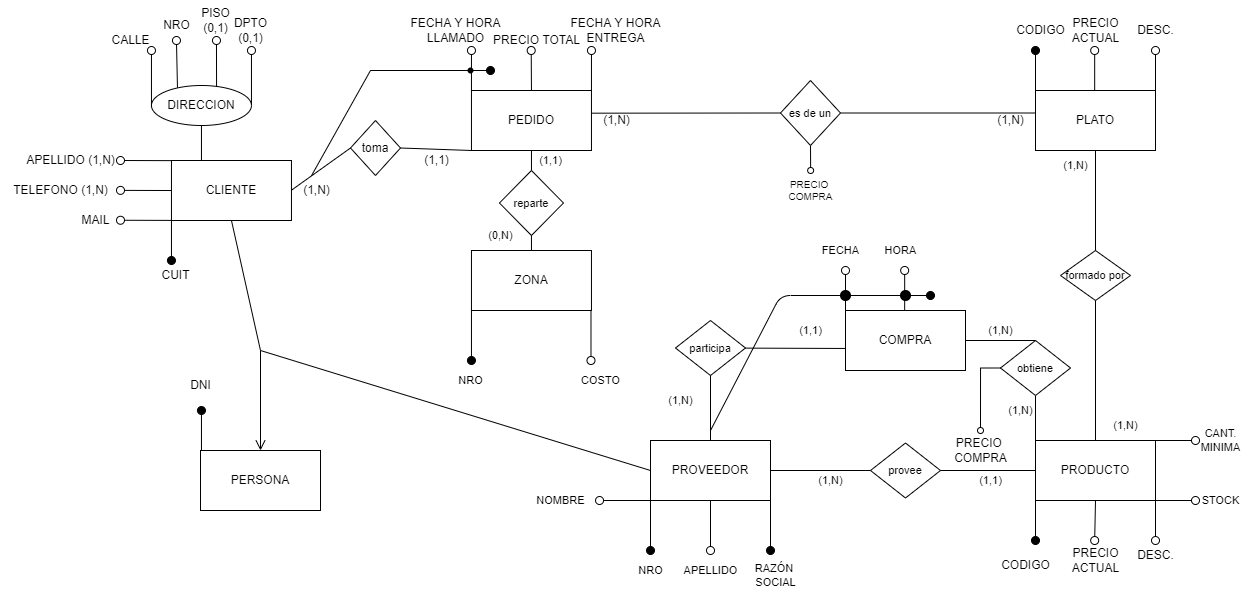
This is PRACTICA 2/Parte1/Ejercicio4/Ejercicio4-conceptual.png from agusrnfr/DBD, a draw.io export, as it was before one commit. Source tidied: cells renumbered, new cells last; positions are measured from the earlier drawing's top-left corner, leaving out a move shared by most shapes.
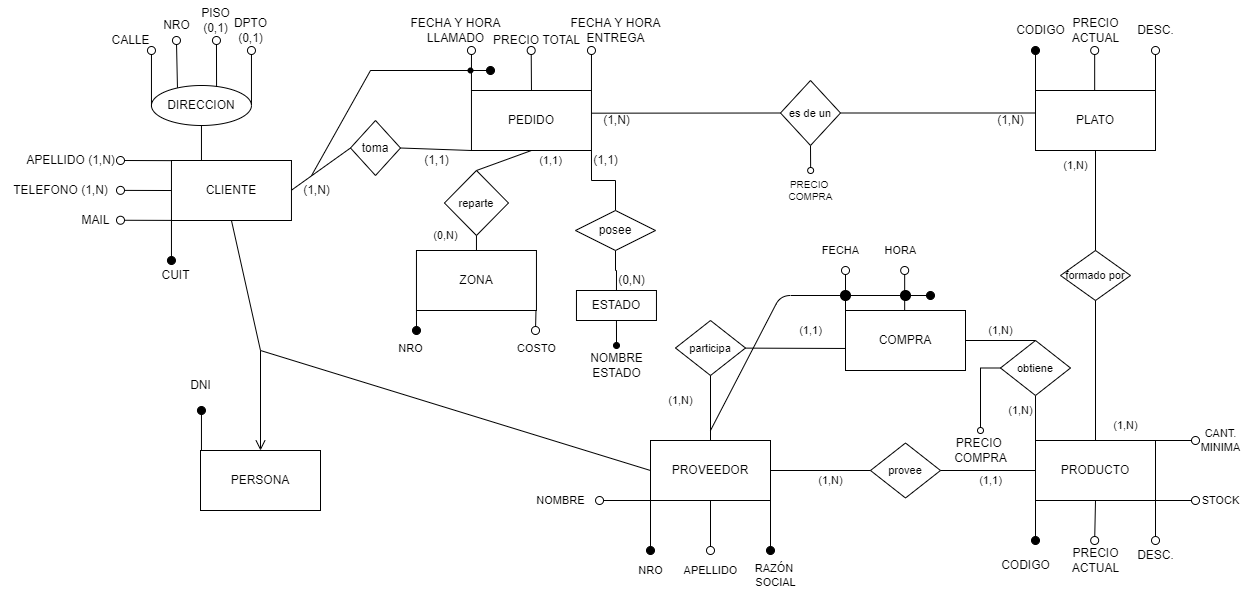
The same diagram one commit later.

What changed in the source:
```diff
@@ -6,7 +6,7 @@
       <mxGeometry x="171" y="160" width="120" height="60" as="geometry" />
     </mxCell>
     <mxCell id="3" value="ZONA" style="rounded=0;whiteSpace=wrap;html=1;" parent="1" vertex="1">
-      <mxGeometry x="471" y="250" width="120" height="60" as="geometry" />
+      <mxGeometry x="416" y="250" width="120" height="60" as="geometry" />
     </mxCell>
     <mxCell id="4" value="PEDIDO" style="rounded=0;whiteSpace=wrap;html=1;" parent="1" vertex="1">
       <mxGeometry x="471" y="90" width="120" height="60" as="geometry" />
@@ -194,7 +194,7 @@
       <mxGeometry x="1125" y="15" width="60" height="30" as="geometry" />
     </mxCell>
     <mxCell id="51" value="reparte" style="rhombus;whiteSpace=wrap;html=1;fontSize=11;" parent="1" vertex="1">
-      <mxGeometry x="498.9" y="170" width="64" height="65" as="geometry" />
+      <mxGeometry x="443.9" y="170" width="64" height="65" as="geometry" />
     </mxCell>
     <mxCell id="52" style="endArrow=none;html=1;rounded=0;fontSize=11;strokeColor=#000000;exitX=0.5;exitY=0;exitDx=0;exitDy=0;entryX=0.5;entryY=1;entryDx=0;entryDy=0;" parent="1" edge="1" source="3" target="51">
       <mxGeometry relative="1" as="geometry" />
@@ -260,7 +260,7 @@
       <mxGeometry x="525" y="145" width="50" height="30" as="geometry" />
     </mxCell>
     <mxCell id="66" value="(0,N)" style="text;html=1;align=center;verticalAlign=middle;strokeColor=none;fillColor=none;fontSize=11;" parent="1" vertex="1">
-      <mxGeometry x="475" y="220" width="50" height="30" as="geometry" />
+      <mxGeometry x="420" y="220" width="50" height="30" as="geometry" />
     </mxCell>
     <mxCell id="67" value="CODIGO" style="text;html=1;align=center;verticalAlign=middle;strokeColor=none;fillColor=none;" parent="1" vertex="1">
       <mxGeometry x="990" y="550" width="70" height="30" as="geometry" />
@@ -424,21 +424,21 @@
     </mxCell>
     <mxCell id="112" style="html=1;verticalAlign=bottom;labelBackgroundColor=none;endArrow=oval;endFill=1;endSize=8;rounded=0;strokeColor=#000000;exitX=0;exitY=1;exitDx=0;exitDy=0;" parent="1" edge="1">
       <mxGeometry relative="1" as="geometry">
-        <mxPoint x="471" y="310" as="sourcePoint" />
-        <mxPoint x="471" y="360" as="targetPoint" />
+        <mxPoint x="416" y="310" as="sourcePoint" />
+        <mxPoint x="416" y="330" as="targetPoint" />
       </mxGeometry>
     </mxCell>
     <mxCell id="113" style="html=1;verticalAlign=bottom;labelBackgroundColor=none;endArrow=oval;endFill=0;endSize=8;rounded=0;strokeColor=#000000;exitX=0.5;exitY=1;exitDx=0;exitDy=0;" parent="1" edge="1">
       <mxGeometry relative="1" as="geometry">
-        <mxPoint x="590.5" y="310" as="sourcePoint" />
-        <mxPoint x="590.5" y="360" as="targetPoint" />
+        <mxPoint x="535.5" y="310" as="sourcePoint" />
+        <mxPoint x="535" y="330" as="targetPoint" />
       </mxGeometry>
     </mxCell>
     <mxCell id="114" value="NRO" style="text;html=1;align=center;verticalAlign=middle;strokeColor=none;fillColor=none;fontSize=11;" parent="1" vertex="1">
-      <mxGeometry x="445.1" y="365" width="50" height="30" as="geometry" />
+      <mxGeometry x="385" y="332.5" width="50" height="30" as="geometry" />
     </mxCell>
     <mxCell id="115" value="COSTO" style="text;html=1;align=center;verticalAlign=middle;strokeColor=none;fillColor=none;fontSize=11;" parent="1" vertex="1">
-      <mxGeometry x="570" y="365" width="60" height="30" as="geometry" />
+      <mxGeometry x="506" y="332.5" width="60" height="30" as="geometry" />
     </mxCell>
     <mxCell id="116" value="PRECIO &lt;br&gt;COMPRA" style="text;html=1;align=center;verticalAlign=middle;strokeColor=none;fillColor=none;" parent="1" vertex="1">
       <mxGeometry x="940" y="430" width="80" height="40" as="geometry" />
@@ -446,5 +446,29 @@
     <mxCell id="117" value="PRECIO&amp;nbsp;&lt;br&gt;COMPRA" style="text;html=1;align=center;verticalAlign=middle;strokeColor=none;fillColor=none;fontSize=10;" parent="1" vertex="1">
       <mxGeometry x="775" y="170" width="70" height="40" as="geometry" />
     </mxCell>
+    <mxCell id="118" style="edgeStyle=orthogonalEdgeStyle;rounded=0;jettySize=auto;html=1;exitX=1;exitY=1;exitDx=0;exitDy=0;endArrow=none;endFill=0;entryX=0.5;entryY=0;entryDx=0;entryDy=0;" parent="1" edge="1" source="4" target="120">
+      <mxGeometry relative="1" as="geometry" />
+    </mxCell>
+    <mxCell id="119" style="edgeStyle=orthogonalEdgeStyle;rounded=0;jettySize=auto;html=1;exitX=0.5;exitY=1;exitDx=0;exitDy=0;entryX=0.5;entryY=0;entryDx=0;entryDy=0;endArrow=none;endFill=0;" parent="1" edge="1" source="120" target="122">
+      <mxGeometry relative="1" as="geometry" />
+    </mxCell>
+    <mxCell id="120" value="posee" style="rhombus;whiteSpace=wrap;html=1;" parent="1" vertex="1">
+      <mxGeometry x="575" y="210" width="80" height="40" as="geometry" />
+    </mxCell>
+    <mxCell id="121" style="edgeStyle=orthogonalEdgeStyle;rounded=0;jettySize=auto;html=1;exitX=0.5;exitY=1;exitDx=0;exitDy=0;endArrow=oval;endFill=1;" parent="1" edge="1" source="122" target="123">
+      <mxGeometry relative="1" as="geometry" />
+    </mxCell>
+    <mxCell id="122" value="ESTADO" style="whiteSpace=wrap;html=1;" parent="1" vertex="1">
+      <mxGeometry x="576" y="290" width="80" height="30" as="geometry" />
+    </mxCell>
+    <mxCell id="123" value="NOMBRE&lt;br&gt;ESTADO" style="text;html=1;align=center;verticalAlign=middle;points=[];strokeColor=none;fillColor=none;" parent="1" vertex="1">
+      <mxGeometry x="576" y="345" width="80" height="40" as="geometry" />
+    </mxCell>
+    <mxCell id="124" value="(1,1)" style="text;html=1;align=center;verticalAlign=middle;strokeColor=none;fillColor=none;" parent="1" vertex="1">
+      <mxGeometry x="580" y="145" width="50" height="30" as="geometry" />
+    </mxCell>
+    <mxCell id="125" value="(0,N)" style="text;html=1;align=center;verticalAlign=middle;strokeColor=none;fillColor=none;" parent="1" vertex="1">
+      <mxGeometry x="606" y="265" width="50" height="30" as="geometry" />
+    </mxCell>
   </root>
 </mxGraphModel>
```
